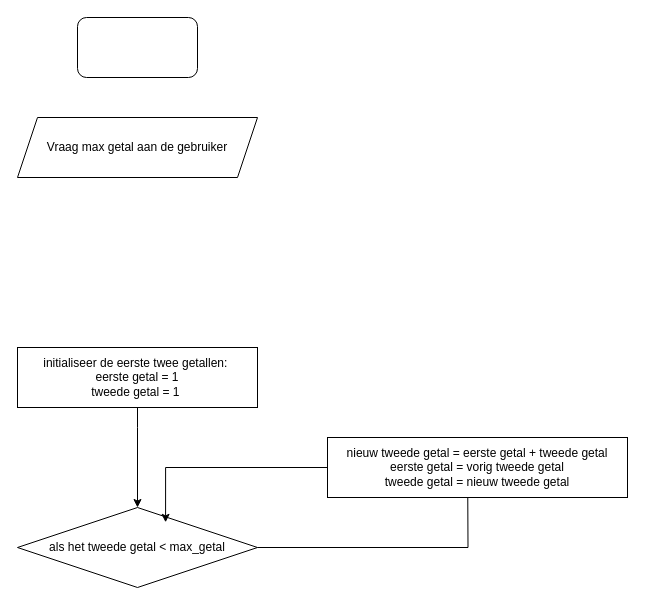
Gvandezande/DrawIO_tekeningen keeps this draw.io diagram as Fibonacci.drawio. Above is the earlier version. Source tidied: cells renumbered, new cells numbered last; positions are measured from the earlier drawing's top-left corner, leaving out a move shared by most shapes. Both pictures are drawn from the tidied source at 100%, with x=0, y=0 at pixel (17, 17).
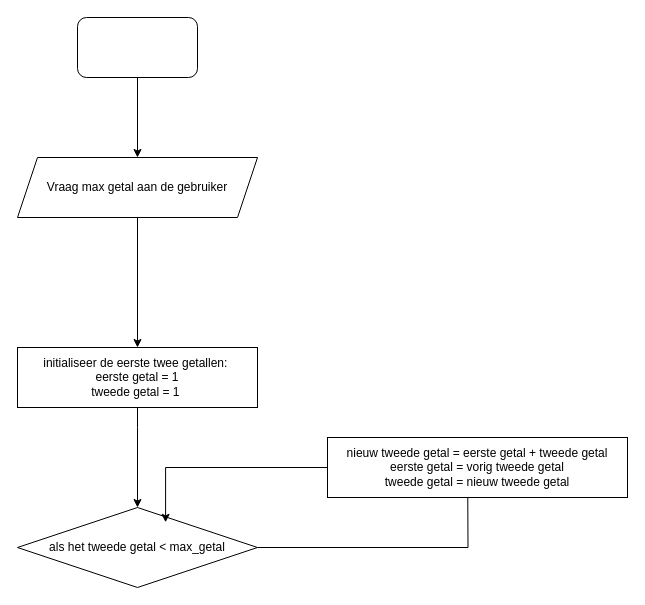
Above is the later version.

What changed in the source:
```diff
@@
 <mxGraphModel>
   <root>
     <mxCell id="0" />
     <mxCell id="1" parent="0" />
+    <mxCell id="10" style="edgeStyle=orthogonalEdgeStyle;rounded=0;jettySize=auto;html=1;" parent="1" edge="1" source="2" target="3">
+      <mxGeometry relative="1" as="geometry" />
+    </mxCell>
     <mxCell id="2" style="rounded=1;whiteSpace=wrap;html=1;" parent="1" vertex="1">
       <mxGeometry x="60" width="120" height="60" as="geometry" />
     </mxCell>
+    <mxCell id="11" style="edgeStyle=orthogonalEdgeStyle;rounded=0;jettySize=auto;html=1;entryX=0.5;entryY=0;entryDx=0;entryDy=0;" parent="1" edge="1" source="3" target="8">
+      <mxGeometry relative="1" as="geometry" />
+    </mxCell>
     <mxCell id="3" value="Vraag max getal aan de gebruiker" style="shape=parallelogram;perimeter=parallelogramPerimeter;whiteSpace=wrap;html=1;fixedSize=1;" parent="1" vertex="1">
-      <mxGeometry y="100" width="240" height="60" as="geometry" />
+      <mxGeometry y="140" width="240" height="60" as="geometry" />
     </mxCell>
     <mxCell id="4" style="edgeStyle=orthogonalEdgeStyle;rounded=0;jettySize=auto;html=1;" parent="1" edge="1" source="5">
       <mxGeometry relative="1" as="geometry">
         <mxPoint x="450" y="420" as="targetPoint" />
       </mxGeometry>
     </mxCell>
     <mxCell id="5" value="als het tweede getal &amp;lt; max_getal" style="rhombus;whiteSpace=wrap;html=1;" parent="1" vertex="1">
       <mxGeometry y="490" width="240" height="80" as="geometry" />
     </mxCell>
     <mxCell id="6" style="edgeStyle=orthogonalEdgeStyle;rounded=0;jettySize=auto;html=1;" parent="1" edge="1" source="8" target="5">
       <mxGeometry relative="1" as="geometry">
         <Array as="points">
           <mxPoint x="120" y="410" />
           <mxPoint x="120" y="410" />
         </Array>
       </mxGeometry>
     </mxCell>
     <mxCell id="7" value="nieuw tweede getal = eerste getal + tweede getal&lt;div&gt;eerste getal = vorig tweede getal&lt;/div&gt;&lt;div&gt;tweede getal = nieuw tweede getal&lt;/div&gt;" style="rounded=0;whiteSpace=wrap;html=1;" parent="1" vertex="1">
       <mxGeometry x="310" y="420" width="300" height="60" as="geometry" />
     </mxCell>
     <mxCell id="8" value="initialiseer de eerste twee getallen:&amp;nbsp;&lt;div&gt;eerste getal = 1&lt;/div&gt;&lt;div&gt;tweede getal = 1&amp;nbsp;&lt;/div&gt;" style="rounded=0;whiteSpace=wrap;html=1;" parent="1" vertex="1">
       <mxGeometry y="330" width="240" height="60" as="geometry" />
     </mxCell>
     <mxCell id="9" style="edgeStyle=orthogonalEdgeStyle;rounded=0;jettySize=auto;html=1;entryX=0.617;entryY=0.185;entryDx=0;entryDy=0;entryPerimeter=0;" parent="1" edge="1" source="7" target="5">
       <mxGeometry relative="1" as="geometry" />
     </mxCell>
   </root>
 </mxGraphModel>
```
